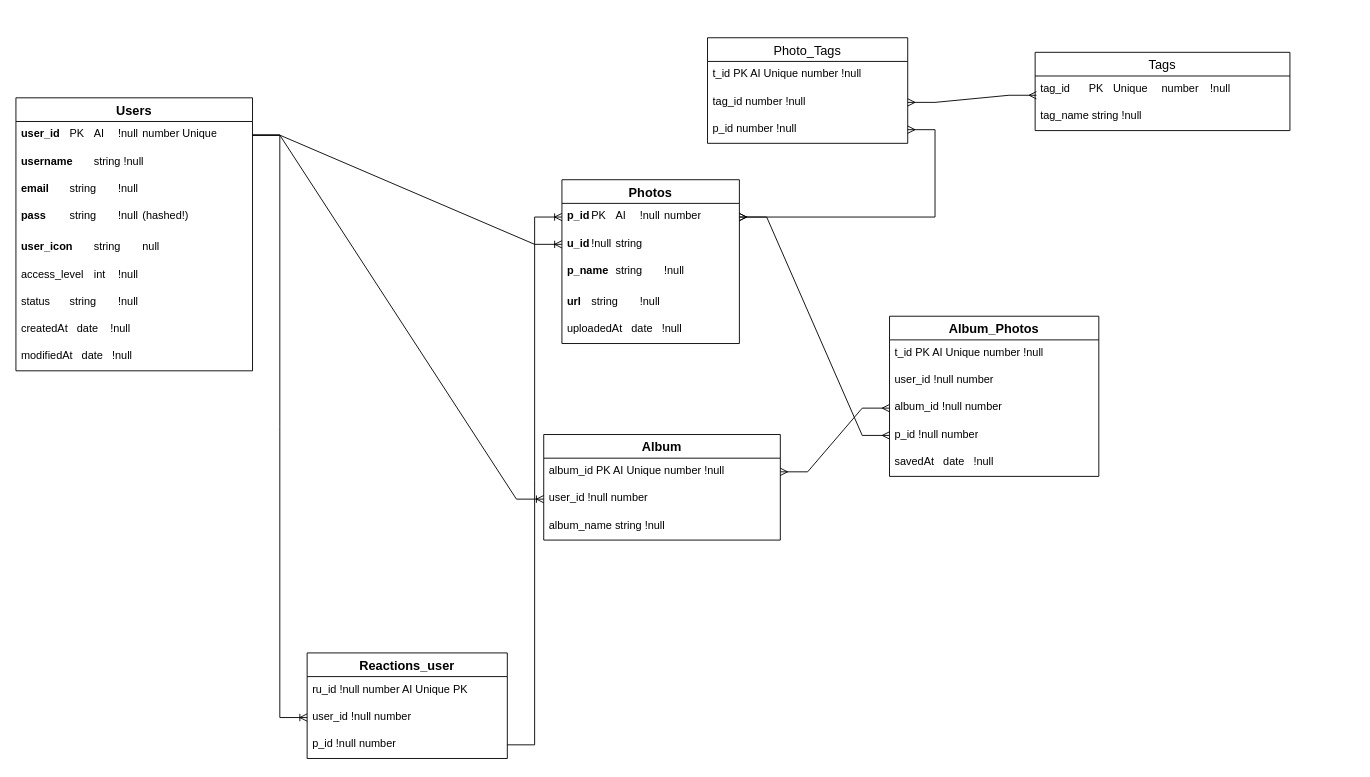
Earlier version of the draw.io diagram m2i_db_diagram.drawio (EsFrost/m2i_projet). Source tidied: cells renumbered, new cells numbered last; positions are measured from the earlier drawing's top-left corner, leaving out a move shared by most shapes. Both pictures are drawn from the tidied source at 91%, with x=0, y=0 at pixel (15, 37).
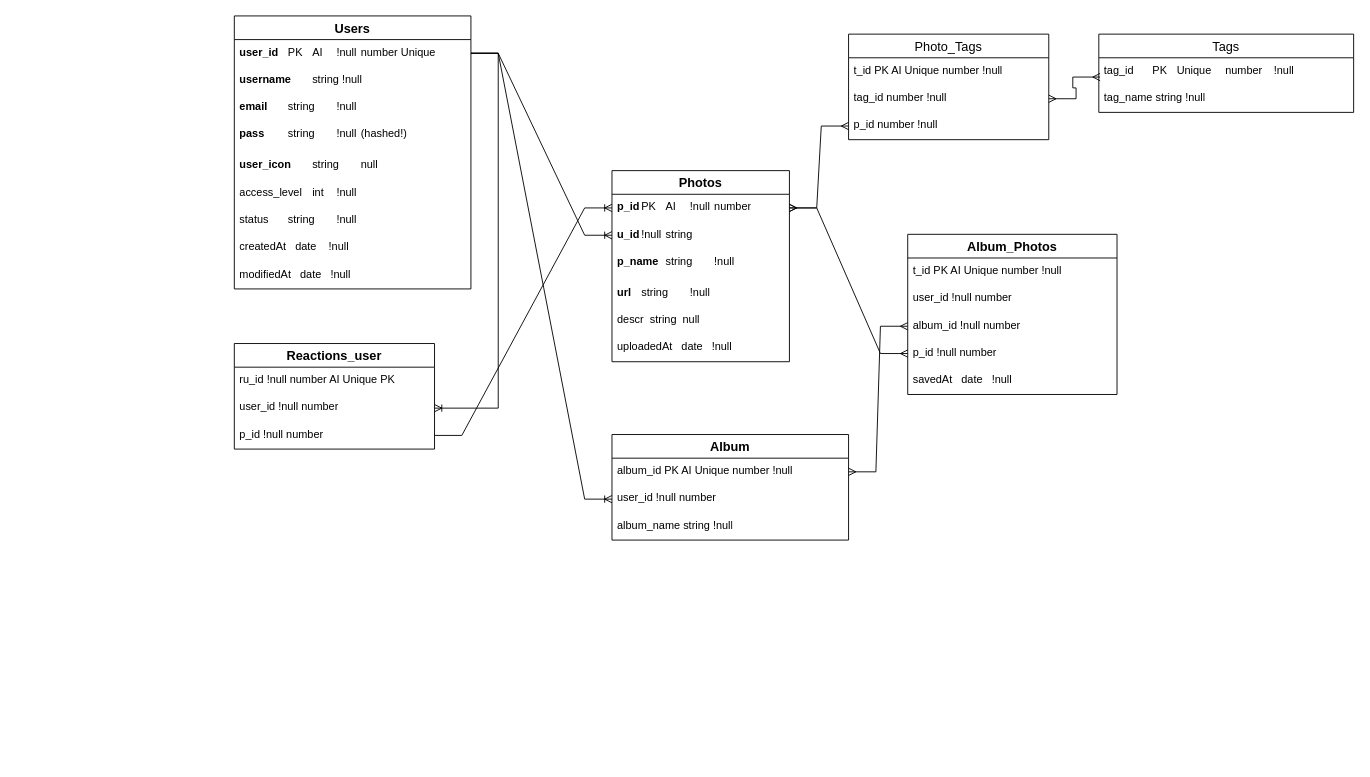
The same page after the edit.

Diff of the diagram source:
```diff
@@
     <mxCell id="2" value="Users" style="swimlane;fontStyle=1;horizontal=1;startSize=26;align=center;fontSize=14;" parent="1" vertex="1">
-      <mxGeometry y="66" width="260" height="300" as="geometry" />
+      <mxGeometry x="240" y="-24" width="260" height="300" as="geometry" />
     </mxCell>
@@
     <mxCell id="12" value="Photos" style="swimlane;fontStyle=1;horizontal=1;startSize=26;align=center;fontSize=14;" parent="1" vertex="1">
-      <mxGeometry x="600" y="156" width="195" height="180" as="geometry" />
+      <mxGeometry x="655" y="146" width="195" height="210" as="geometry" />
     </mxCell>
@@
-    <mxCell id="17" value="uploadedAt&amp;nbsp; &amp;nbsp;date&amp;nbsp; &amp;nbsp;!null" style="text;strokeColor=none;fillColor=none;spacingLeft=4;spacingRight=4;overflow=hidden;fontSize=12;whiteSpace=wrap;html=1;" parent="12" vertex="1">
+    <mxCell id="17" value="descr&amp;nbsp; string&amp;nbsp; null" style="text;strokeColor=none;fillColor=none;spacingLeft=4;spacingRight=4;overflow=hidden;fontSize=12;whiteSpace=wrap;html=1;" parent="12" vertex="1">
       <mxGeometry y="150" width="195" height="30" as="geometry" />
     </mxCell>
+    <mxCell id="47" value="uploadedAt&amp;nbsp; &amp;nbsp;date&amp;nbsp; &amp;nbsp;!null" style="text;strokeColor=none;fillColor=none;spacingLeft=4;spacingRight=4;overflow=hidden;fontSize=12;whiteSpace=wrap;html=1;" parent="12" vertex="1">
+      <mxGeometry y="180" width="195" height="30" as="geometry" />
+    </mxCell>
@@
     <mxCell id="19" value="Reactions_user" style="swimlane;fontStyle=1;horizontal=1;startSize=26;align=center;fontSize=14;" parent="1" vertex="1">
-      <mxGeometry x="320" y="676" width="220" height="116" as="geometry" />
+      <mxGeometry x="240" y="336" width="220" height="116" as="geometry" />
     </mxCell>
@@
     <mxCell id="23" value="Album_Photos" style="swimlane;fontStyle=1;horizontal=1;startSize=26;align=center;fontSize=14;" parent="1" vertex="1">
-      <mxGeometry x="960" y="306" width="230" height="176" as="geometry" />
+      <mxGeometry x="980" y="216" width="230" height="176" as="geometry" />
     </mxCell>
@@
     <mxCell id="29" value="Album" style="swimlane;fontStyle=1;horizontal=1;startSize=26;align=center;fontSize=14;" parent="1" vertex="1">
-      <mxGeometry x="580" y="436" width="260" height="116" as="geometry" />
+      <mxGeometry x="655" y="436" width="260" height="116" as="geometry" />
     </mxCell>
@@
     <mxCell id="33" value="Tags" style="swimlane;fontStyle=0;horizontal=1;startSize=26;align=center;fontSize=14;" parent="1" vertex="1">
-      <mxGeometry x="1120" y="16" width="280" height="86" as="geometry" />
+      <mxGeometry x="1190" y="-4" width="280" height="86" as="geometry" />
     </mxCell>
@@
     <mxCell id="36" value="Photo_Tags" style="swimlane;fontStyle=0;horizontal=1;startSize=26;align=center;fontSize=14;" parent="1" vertex="1">
-      <mxGeometry x="760" width="220" height="116" as="geometry" />
+      <mxGeometry x="915" y="-4" width="220" height="116" as="geometry" />
     </mxCell>
```
